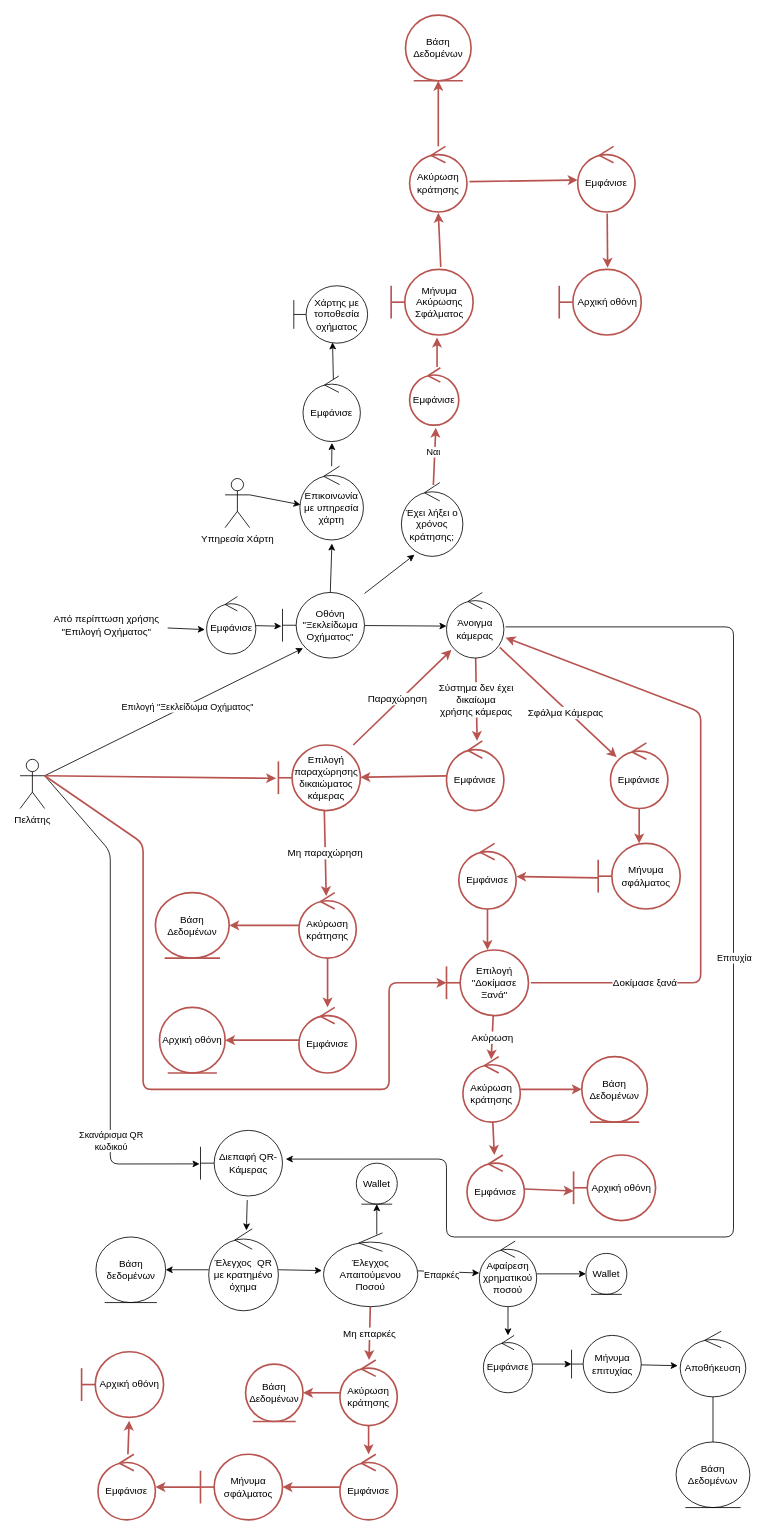
Earlier version of the draw.io diagram Part_2/Robustness/diagrams/02_Ξεκλείδωμα_Οχήματος.drawio (Nikolis2002/texnoligia_logismikou). Source tidied: cells renumbered, new cells numbered last; positions are measured from the earlier drawing's top-left corner, leaving out a move shared by most shapes. Both pictures are drawn from the tidied source at 82%, with x=0, y=0 at pixel (20, 15).
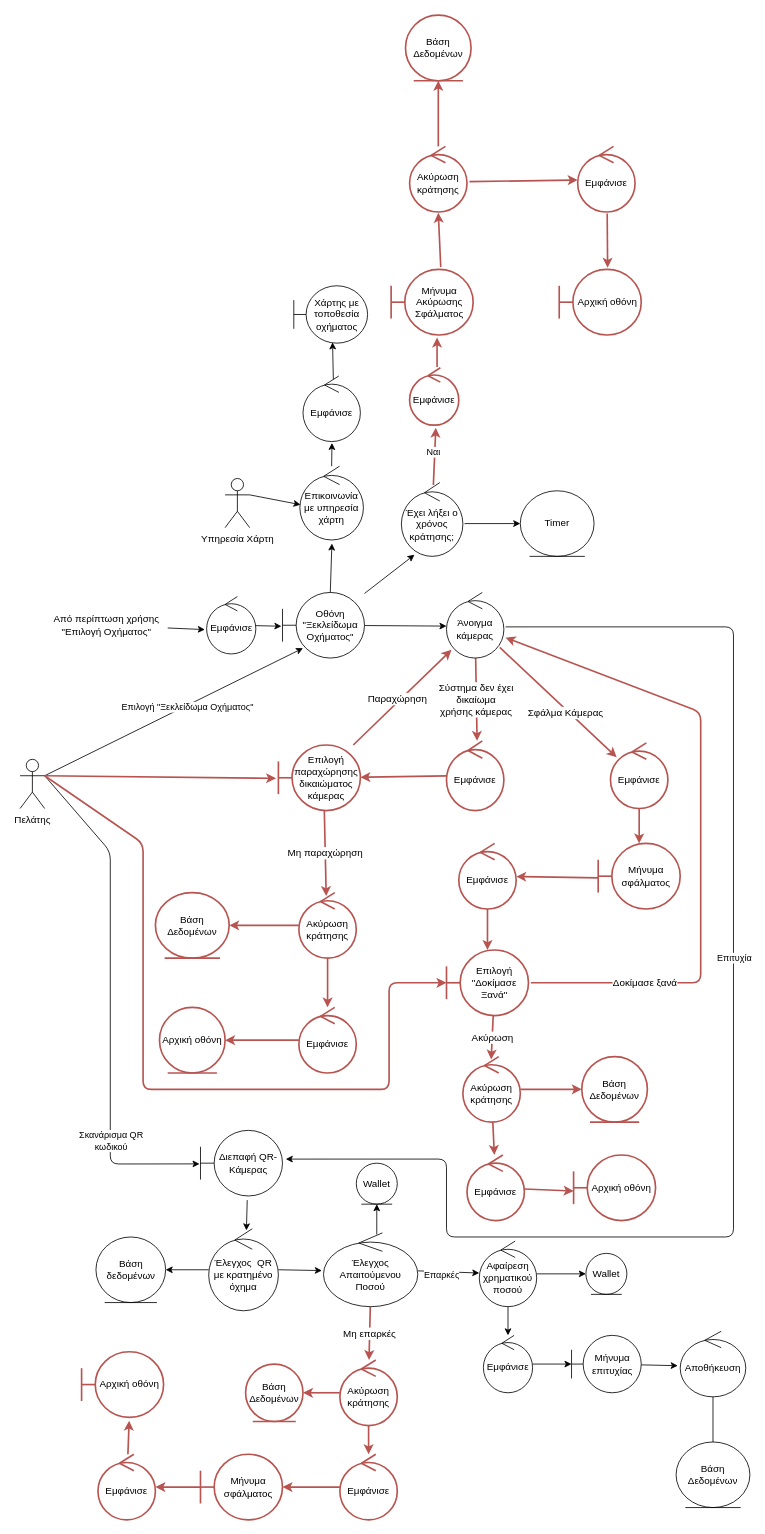
The same diagram, later.

Unchanged cells that the change refers to:
```xml
<mxCell id="8" value="Έχει λήξει ο χρόνος κράτησης;" style="ellipse;shape=umlControl;whiteSpace=wrap;html=1;" parent="1" vertex="1">
  <mxGeometry x="465" y="570" width="75" height="90" as="geometry" />
</mxCell>
```

The edit, as a diff of the source:
```diff
@@
+    <mxCell id="108" style="edgeStyle=none;html=1;exitX=1.027;exitY=0.556;exitDx=0;exitDy=0;exitPerimeter=0;entryX=0;entryY=0.5;entryDx=0;entryDy=0;" parent="1" edge="1" source="8" target="109">
+      <mxGeometry relative="1" as="geometry" />
+    </mxCell>
+    <mxCell id="109" value="Timer" style="ellipse;shape=umlEntity;whiteSpace=wrap;html=1;" parent="1" vertex="1">
+      <mxGeometry x="610" y="580" width="90" height="80" as="geometry" />
+    </mxCell>
```
